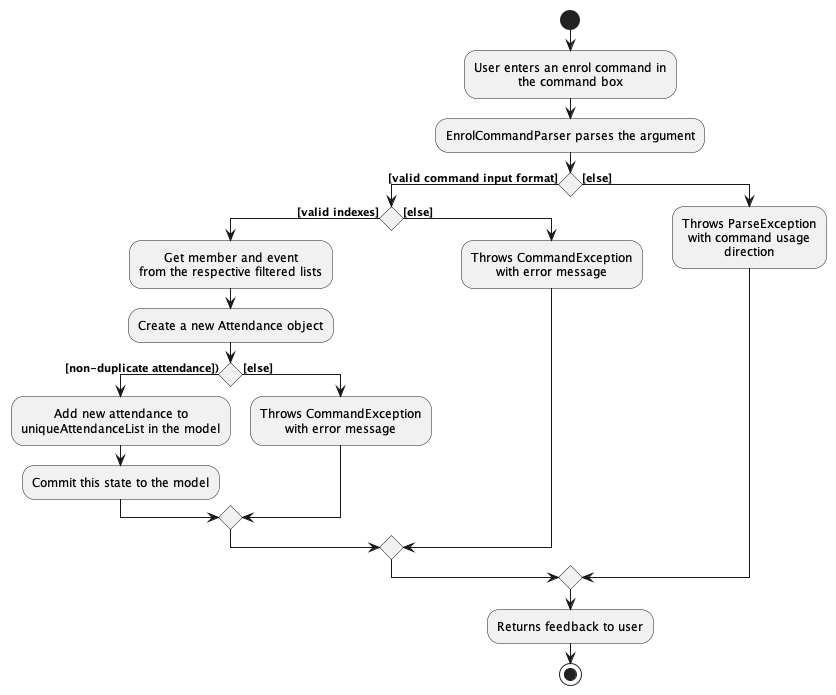
Before: docs/images/EnrolActivityDiagram.png, a diagram exported from PlantUML (nus-cs2103-AY2324S1/tp).
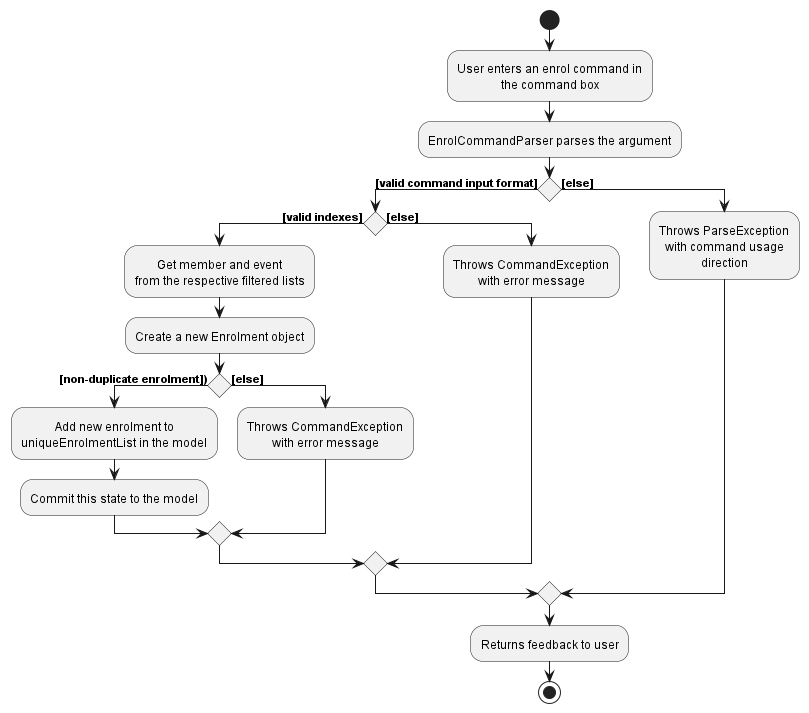
After the commit.

Change to the diagram source:
```diff
@@ -12,10 +12,10 @@
     if () then ([valid indexes])
         :Get member and event
         from the respective filtered lists;
-        :Create a new Attendance object;
-        if () then ([non-duplicate attendance]))
-        :Add new attendance to
-        uniqueAttendanceList in the model;
+        :Create a new Enrolment object;
+        if () then ([non-duplicate enrolment]))
+        :Add new enrolment to
+        uniqueEnrolmentList in the model;
         :Commit this state to the model;
         else ([else])
             :Throws CommandException
```
